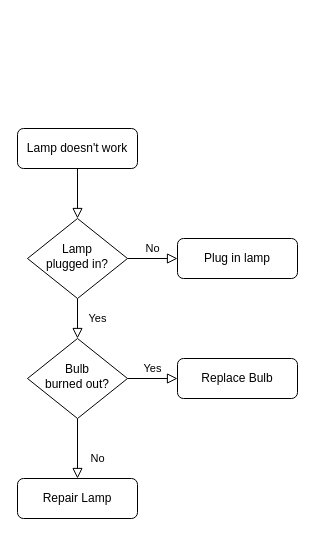
JangHyeongJun-0523/IoT_Project keeps this draw.io diagram as 제목 없는 다이어그램.drawio. Above is the earlier version. Source tidied: cells renumbered, new cells numbered last; positions are measured from the earlier drawing's top-left corner, leaving out a move shared by most shapes. Both pictures are drawn from the tidied source at 100%, with x=0, y=0 at pixel (17, 128).
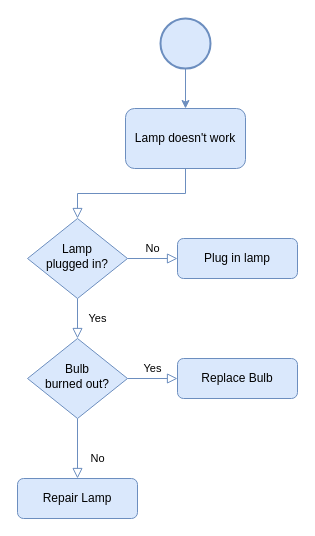
Above is the later version.

Commit message:
제목 없는 다이어그램.drawio 업데이트

Change to the diagram source:
```diff
@@
 <mxGraphModel>
   <root>
     <mxCell id="0" />
     <mxCell id="1" parent="0" />
-    <mxCell id="2" style="rounded=0;html=1;jettySize=auto;fontSize=11;endArrow=block;endFill=0;endSize=8;strokeWidth=1;shadow=0;labelBackgroundColor=none;edgeStyle=orthogonalEdgeStyle;" parent="1" edge="1" source="3" target="6">
+    <mxCell id="2" style="rounded=0;html=1;jettySize=auto;fontSize=11;endArrow=block;endFill=0;endSize=8;strokeWidth=1;shadow=0;labelBackgroundColor=none;edgeStyle=orthogonalEdgeStyle;fillColor=#dae8fc;strokeColor=#6c8ebf;" parent="1" edge="1" source="3" target="6">
       <mxGeometry relative="1" as="geometry" />
     </mxCell>
-    <mxCell id="3" value="Lamp doesn't work" style="rounded=1;whiteSpace=wrap;html=1;fontSize=12;glass=0;strokeWidth=1;shadow=0;" parent="1" vertex="1">
-      <mxGeometry width="120" height="40" as="geometry" />
+    <mxCell id="3" value="Lamp doesn't work" style="rounded=1;whiteSpace=wrap;html=1;fontSize=12;glass=0;strokeWidth=1;shadow=0;fillColor=#dae8fc;strokeColor=#6c8ebf;" parent="1" vertex="1">
+      <mxGeometry x="108" y="-20" width="120" height="60" as="geometry" />
     </mxCell>
-    <mxCell id="4" value="Yes" style="rounded=0;html=1;jettySize=auto;fontSize=11;endArrow=block;endFill=0;endSize=8;strokeWidth=1;shadow=0;labelBackgroundColor=none;edgeStyle=orthogonalEdgeStyle;" parent="1" edge="1" source="6" target="10">
+    <mxCell id="4" value="Yes" style="rounded=0;html=1;jettySize=auto;fontSize=11;endArrow=block;endFill=0;endSize=8;strokeWidth=1;shadow=0;labelBackgroundColor=none;edgeStyle=orthogonalEdgeStyle;fillColor=#dae8fc;strokeColor=#6c8ebf;" parent="1" edge="1" source="6" target="10">
       <mxGeometry y="20" relative="1" as="geometry" />
     </mxCell>
-    <mxCell id="5" value="No" style="edgeStyle=orthogonalEdgeStyle;rounded=0;html=1;jettySize=auto;fontSize=11;endArrow=block;endFill=0;endSize=8;strokeWidth=1;shadow=0;labelBackgroundColor=none;" parent="1" edge="1" source="6" target="7">
+    <mxCell id="5" value="No" style="edgeStyle=orthogonalEdgeStyle;rounded=0;html=1;jettySize=auto;fontSize=11;endArrow=block;endFill=0;endSize=8;strokeWidth=1;shadow=0;labelBackgroundColor=none;fillColor=#dae8fc;strokeColor=#6c8ebf;" parent="1" edge="1" source="6" target="7">
       <mxGeometry y="10" relative="1" as="geometry" />
     </mxCell>
-    <mxCell id="6" value="Lamp&lt;br&gt;plugged in?" style="rhombus;whiteSpace=wrap;html=1;shadow=0;fontFamily=Helvetica;fontSize=12;align=center;strokeWidth=1;spacing=6;spacingTop=-4;" parent="1" vertex="1">
+    <mxCell id="6" value="Lamp&lt;br&gt;plugged in?" style="rhombus;whiteSpace=wrap;html=1;shadow=0;fontFamily=Helvetica;fontSize=12;align=center;strokeWidth=1;spacing=6;spacingTop=-4;fillColor=#dae8fc;strokeColor=#6c8ebf;" parent="1" vertex="1">
       <mxGeometry x="10" y="90" width="100" height="80" as="geometry" />
     </mxCell>
-    <mxCell id="7" value="Plug in lamp" style="rounded=1;whiteSpace=wrap;html=1;fontSize=12;glass=0;strokeWidth=1;shadow=0;" parent="1" vertex="1">
+    <mxCell id="7" value="Plug in lamp" style="rounded=1;whiteSpace=wrap;html=1;fontSize=12;glass=0;strokeWidth=1;shadow=0;fillColor=#dae8fc;strokeColor=#6c8ebf;" parent="1" vertex="1">
       <mxGeometry x="160" y="110" width="120" height="40" as="geometry" />
     </mxCell>
-    <mxCell id="8" value="No" style="rounded=0;html=1;jettySize=auto;fontSize=11;endArrow=block;endFill=0;endSize=8;strokeWidth=1;shadow=0;labelBackgroundColor=none;edgeStyle=orthogonalEdgeStyle;" parent="1" edge="1" source="10" target="11">
+    <mxCell id="8" value="No" style="rounded=0;html=1;jettySize=auto;fontSize=11;endArrow=block;endFill=0;endSize=8;strokeWidth=1;shadow=0;labelBackgroundColor=none;edgeStyle=orthogonalEdgeStyle;fillColor=#dae8fc;strokeColor=#6c8ebf;" parent="1" edge="1" source="10" target="11">
       <mxGeometry x="0.33" y="20" relative="1" as="geometry" />
     </mxCell>
-    <mxCell id="9" value="Yes" style="edgeStyle=orthogonalEdgeStyle;rounded=0;html=1;jettySize=auto;fontSize=11;endArrow=block;endFill=0;endSize=8;strokeWidth=1;shadow=0;labelBackgroundColor=none;" parent="1" edge="1" source="10" target="12">
+    <mxCell id="9" value="Yes" style="edgeStyle=orthogonalEdgeStyle;rounded=0;html=1;jettySize=auto;fontSize=11;endArrow=block;endFill=0;endSize=8;strokeWidth=1;shadow=0;labelBackgroundColor=none;fillColor=#dae8fc;strokeColor=#6c8ebf;" parent="1" edge="1" source="10" target="12">
       <mxGeometry y="10" relative="1" as="geometry" />
     </mxCell>
-    <mxCell id="10" value="Bulb&lt;br&gt;burned out?" style="rhombus;whiteSpace=wrap;html=1;shadow=0;fontFamily=Helvetica;fontSize=12;align=center;strokeWidth=1;spacing=6;spacingTop=-4;" parent="1" vertex="1">
+    <mxCell id="10" value="Bulb&lt;br&gt;burned out?" style="rhombus;whiteSpace=wrap;html=1;shadow=0;fontFamily=Helvetica;fontSize=12;align=center;strokeWidth=1;spacing=6;spacingTop=-4;fillColor=#dae8fc;strokeColor=#6c8ebf;" parent="1" vertex="1">
       <mxGeometry x="10" y="210" width="100" height="80" as="geometry" />
     </mxCell>
-    <mxCell id="11" value="Repair Lamp" style="rounded=1;whiteSpace=wrap;html=1;fontSize=12;glass=0;strokeWidth=1;shadow=0;" parent="1" vertex="1">
+    <mxCell id="11" value="Repair Lamp" style="rounded=1;whiteSpace=wrap;html=1;fontSize=12;glass=0;strokeWidth=1;shadow=0;fillColor=#dae8fc;strokeColor=#6c8ebf;" parent="1" vertex="1">
       <mxGeometry y="350" width="120" height="40" as="geometry" />
     </mxCell>
-    <mxCell id="12" value="Replace Bulb" style="rounded=1;whiteSpace=wrap;html=1;fontSize=12;glass=0;strokeWidth=1;shadow=0;" parent="1" vertex="1">
+    <mxCell id="12" value="Replace Bulb" style="rounded=1;whiteSpace=wrap;html=1;fontSize=12;glass=0;strokeWidth=1;shadow=0;fillColor=#dae8fc;strokeColor=#6c8ebf;" parent="1" vertex="1">
       <mxGeometry x="160" y="230" width="120" height="40" as="geometry" />
     </mxCell>
+    <mxCell id="13" style="strokeWidth=2;html=1;shape=mxgraph.flowchart.start_2;whiteSpace=wrap;fillColor=#dae8fc;strokeColor=#6c8ebf;" parent="1" vertex="1">
+      <mxGeometry x="143" y="-110" width="50" height="50" as="geometry" />
+    </mxCell>
+    <mxCell id="14" style="edgeStyle=orthogonalEdgeStyle;rounded=0;jettySize=auto;html=1;exitX=0.5;exitY=1;exitDx=0;exitDy=0;exitPerimeter=0;entryX=0.5;entryY=0;entryDx=0;entryDy=0;fillColor=#dae8fc;strokeColor=#6c8ebf;" parent="1" edge="1" source="13" target="3">
+      <mxGeometry relative="1" as="geometry" />
+    </mxCell>
   </root>
 </mxGraphModel>
```
